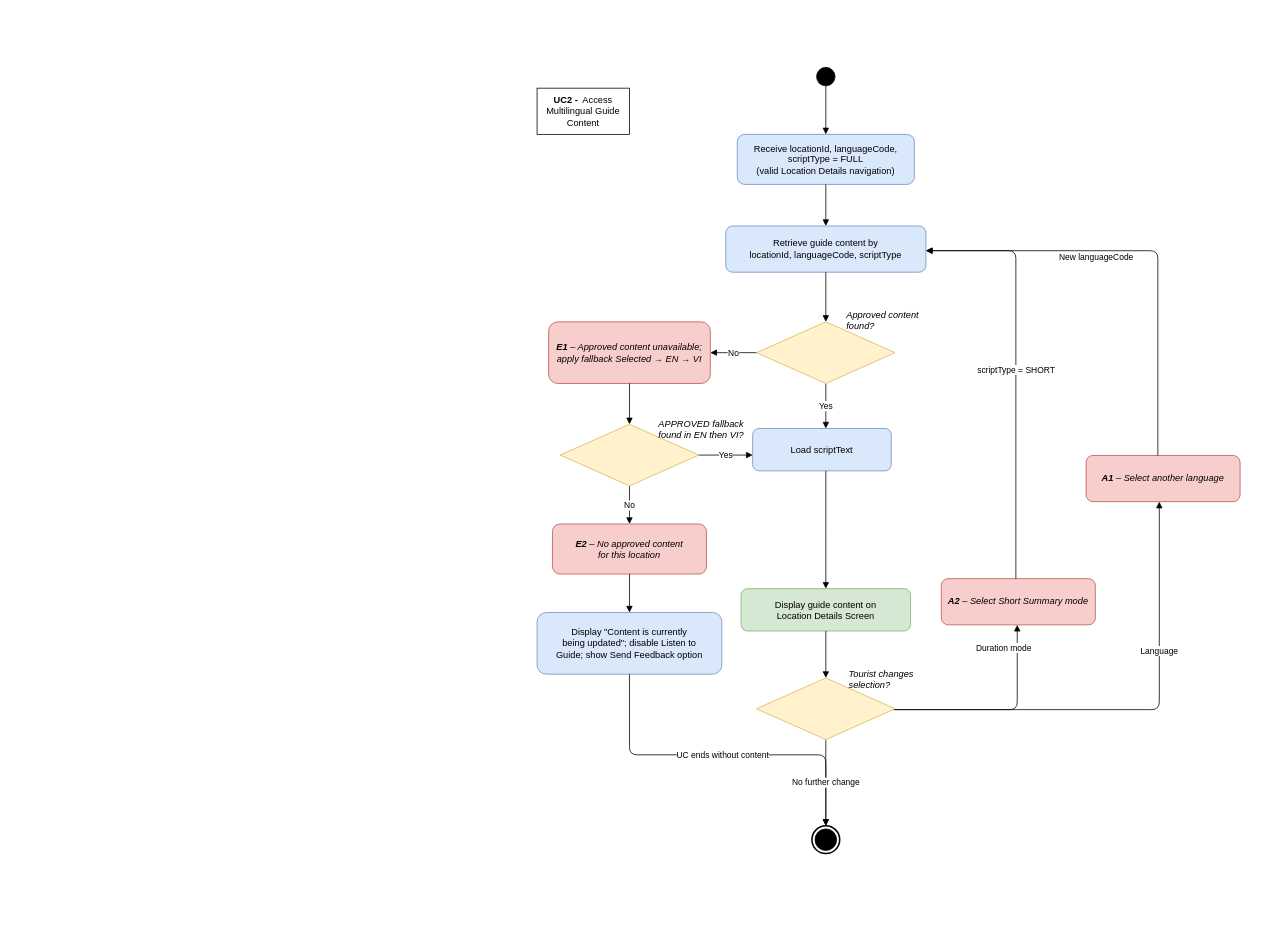
Above: page "UC2_activity" (4 of 14) of docs/en/System_Analysist.drawio.xml in HuyTec/CNPM-Multilingual-Audio-Guide-2026-2027 (draw.io), before the change. Source tidied: cells renumbered, new cells numbered last; positions are measured from the earlier drawing's top-left corner, leaving out a move shared by most shapes. Both pictures are drawn from the tidied source at 77%, with x=0, y=0 at pixel (537, 67).
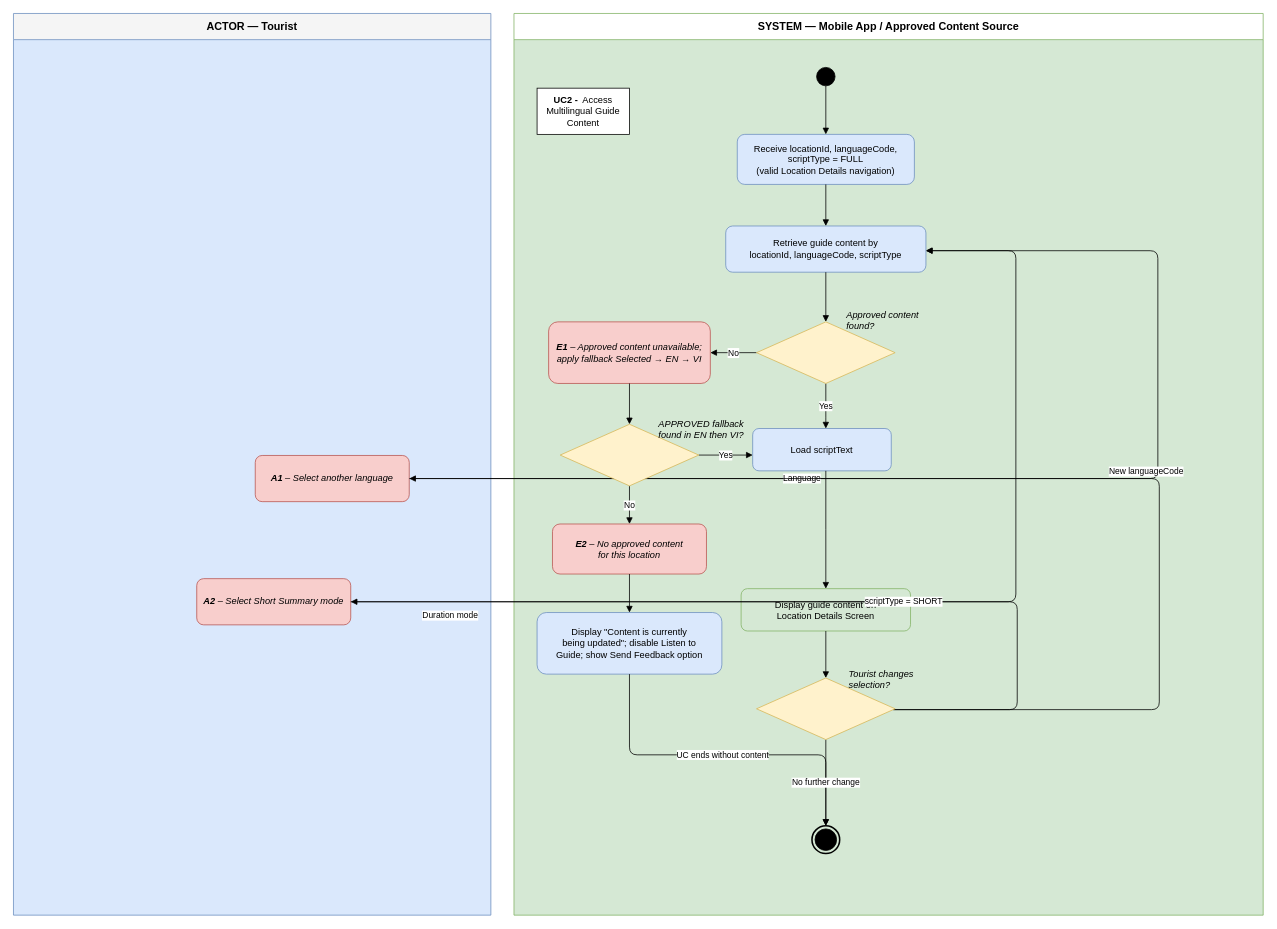
The same diagram, later.

What changed in the source:
```diff
@@
+    <mxCell id="42" value="ACTOR — Tourist" style="swimlane;horizontal=1;startSize=34;whiteSpace=wrap;html=1;fillColor=#F5F5F5;swimlaneFillColor=#DAE8FC;strokeColor=#6C8EBF;fontStyle=1;fontSize=14;" parent="1" vertex="1">
+      <mxGeometry x="-680" y="-70" width="620" height="1171" as="geometry" />
+    </mxCell>
+    <mxCell id="43" value="SYSTEM — Mobile App / Approved Content Source" style="swimlane;horizontal=1;startSize=34;whiteSpace=wrap;html=1;fillColor=#FFFFFF;swimlaneFillColor=#D5E8D4;strokeColor=#82B366;fontStyle=1;fontSize=14;" parent="1" vertex="1">
+      <mxGeometry x="-30" y="-70" width="973" height="1171" as="geometry" />
+    </mxCell>
@@
     <mxCell id="10" value="&lt;b&gt;A1&lt;/b&gt; – Select another language" style="rounded=1;whiteSpace=wrap;html=1;fillColor=#F8CECC;strokeColor=#B85450;fontStyle=2;" parent="1" vertex="1">
-      <mxGeometry x="713" y="504" width="200" height="60" as="geometry" />
+      <mxGeometry x="-366" y="504" width="200" height="60" as="geometry" />
     </mxCell>
     <mxCell id="11" value="&lt;b&gt;A2&lt;/b&gt; – Select Short Summary mode" style="rounded=1;whiteSpace=wrap;html=1;fillColor=#F8CECC;strokeColor=#B85450;fontStyle=2;" parent="1" vertex="1">
-      <mxGeometry x="525" y="664" width="200" height="60" as="geometry" />
+      <mxGeometry x="-442" y="664" width="200" height="60" as="geometry" />
     </mxCell>
```
